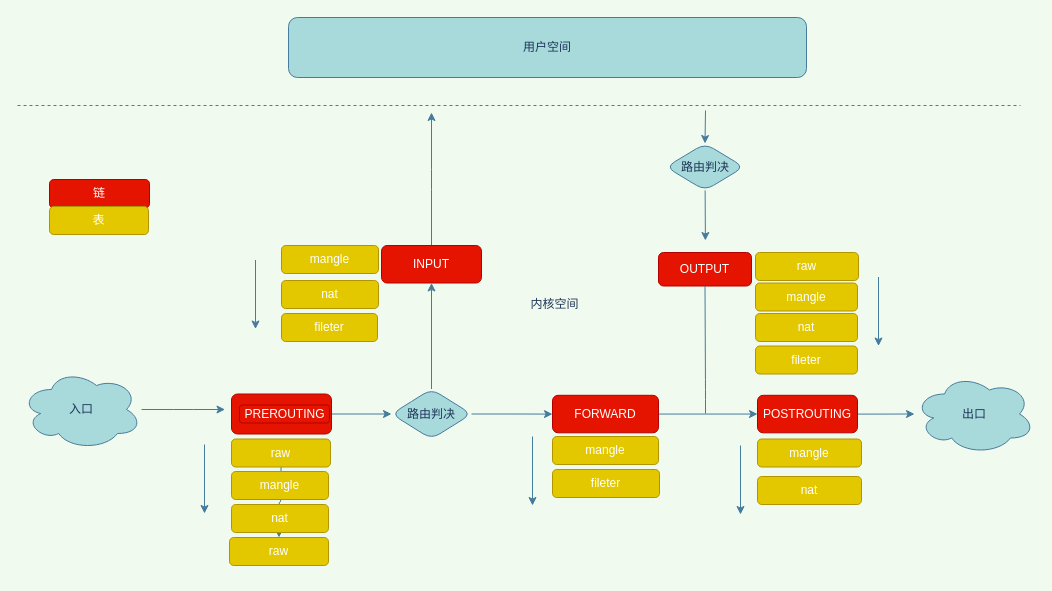
NatureLR/blog keeps this draw.io diagram as drawio/iptables.drawio. Above is the earlier version. Source tidied: cells renumbered, new cells numbered last; positions are measured from the earlier drawing's top-left corner, leaving out a move shared by most shapes. Both pictures are drawn from the tidied source at 100%, with x=0, y=0 at pixel (17, 17).
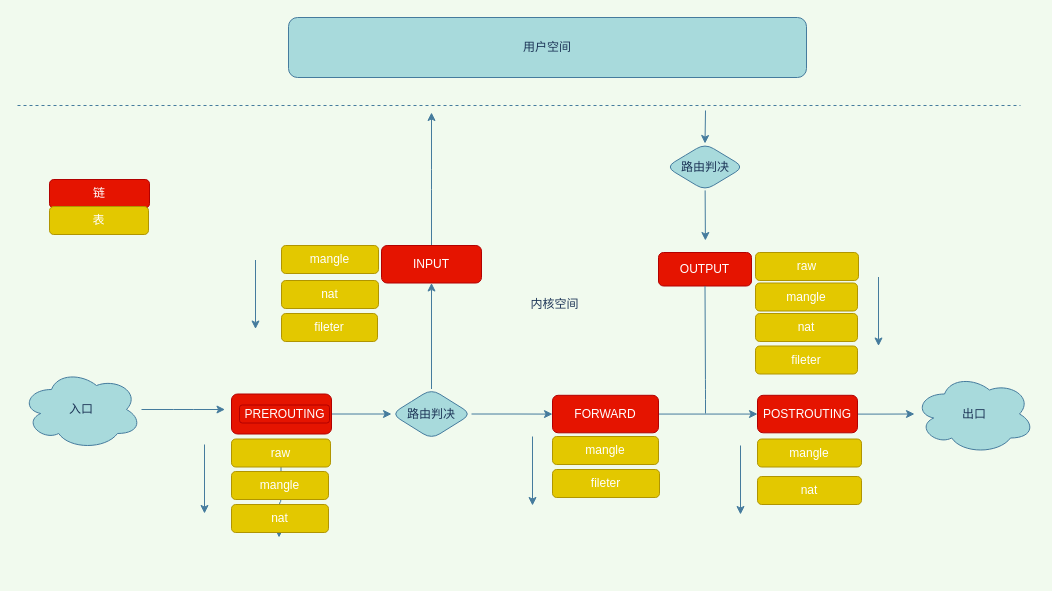
After the change.

Commit message (it also covers changes not shown here):
修复iptable图片错误

Unchanged cells that the change refers to:
```xml
<mxCell id="27" value="raw" style="whiteSpace=wrap;html=1;fillColor=#e3c800;strokeColor=#B09500;fontColor=#ffffff;rounded=1;" parent="1" vertex="1">
  <mxGeometry x="214" y="421.5" width="99" height="28" as="geometry" />
</mxCell>
```

Diff of the diagram source:
```diff
@@
-    <mxCell id="26" style="edgeStyle=orthogonalEdgeStyle;rounded=1;jettySize=auto;html=1;strokeColor=#457B9D;fillColor=#A8DADC;fontColor=#1D3557;" parent="1" edge="1" source="27" target="46">
-      <mxGeometry relative="1" as="geometry" />
+    <mxCell id="26" style="edgeStyle=orthogonalEdgeStyle;rounded=1;jettySize=auto;html=1;strokeColor=#457B9D;fillColor=#A8DADC;fontColor=#1D3557;" parent="1" edge="1" source="27">
+      <mxGeometry relative="1" as="geometry">
+        <mxPoint x="261.5" y="520" as="targetPoint" />
+      </mxGeometry>
     </mxCell>
@@
-    <mxCell id="46" value="raw" style="whiteSpace=wrap;html=1;fillColor=#e3c800;strokeColor=#B09500;fontColor=#ffffff;rounded=1;" parent="1" vertex="1">
-      <mxGeometry x="212" y="520" width="99" height="28" as="geometry" />
-    </mxCell>
-    <mxCell id="47" style="edgeStyle=orthogonalEdgeStyle;rounded=1;orthogonalLoop=1;jettySize=auto;html=1;exitX=0.5;exitY=1;exitDx=0;exitDy=0;strokeColor=#457B9D;fillColor=#A8DADC;fontColor=#1D3557;" parent="1" edge="1" source="46" target="46">
-      <mxGeometry relative="1" as="geometry" />
+    <mxCell id="47" style="edgeStyle=orthogonalEdgeStyle;rounded=1;orthogonalLoop=1;jettySize=auto;html=1;exitX=0.5;exitY=1;exitDx=0;exitDy=0;strokeColor=#457B9D;fillColor=#A8DADC;fontColor=#1D3557;" parent="1" edge="1">
+      <mxGeometry relative="1" as="geometry">
+        <mxPoint x="261.5" y="548" as="sourcePoint" />
+        <mxPoint x="261.5" y="548" as="targetPoint" />
+      </mxGeometry>
     </mxCell>
```
